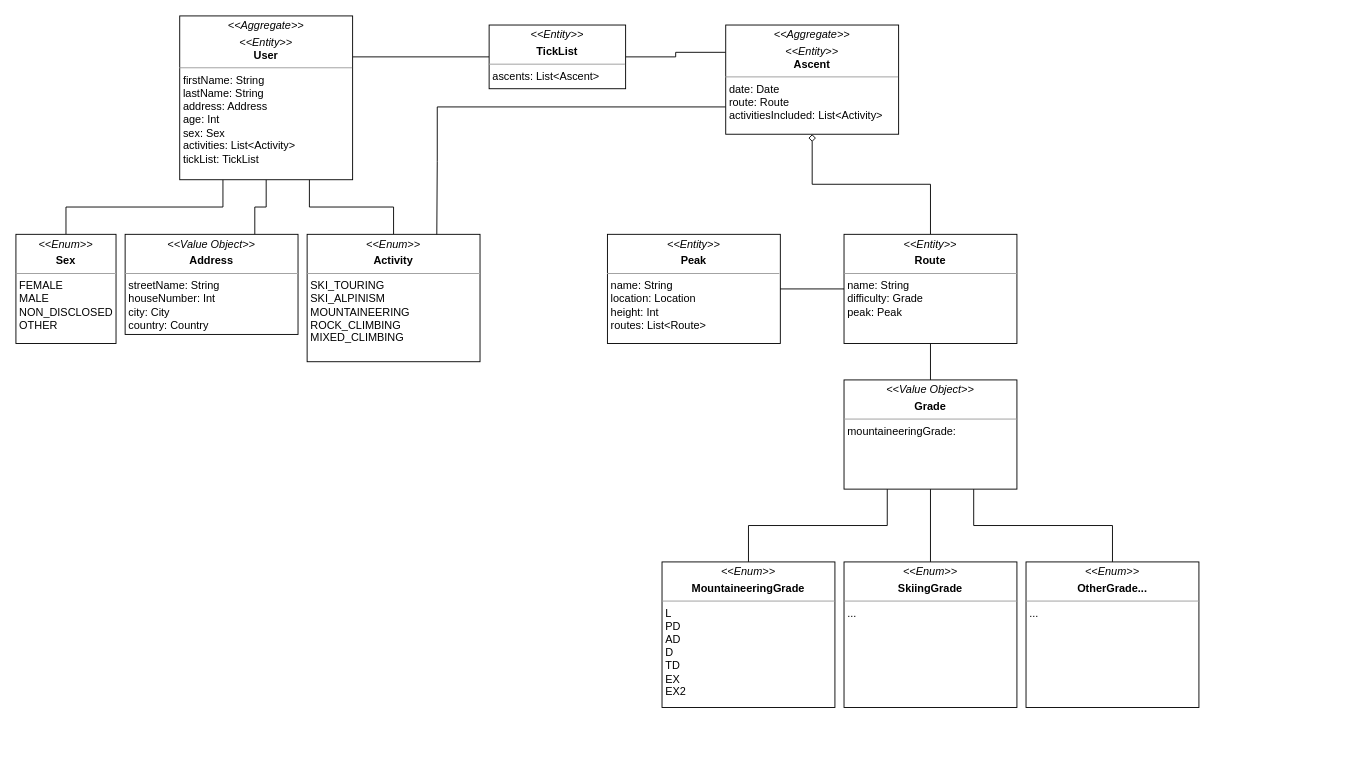
The draw.io diagram backend/core/domain_model.drawio in Ticklist/ticklist, before the edit. Source tidied: cells renumbered, new cells numbered last; positions are measured from the earlier drawing's top-left corner, leaving out a move shared by most shapes. Both pictures are drawn from the tidied source at 91%, with x=0, y=0 at pixel (15, 15).
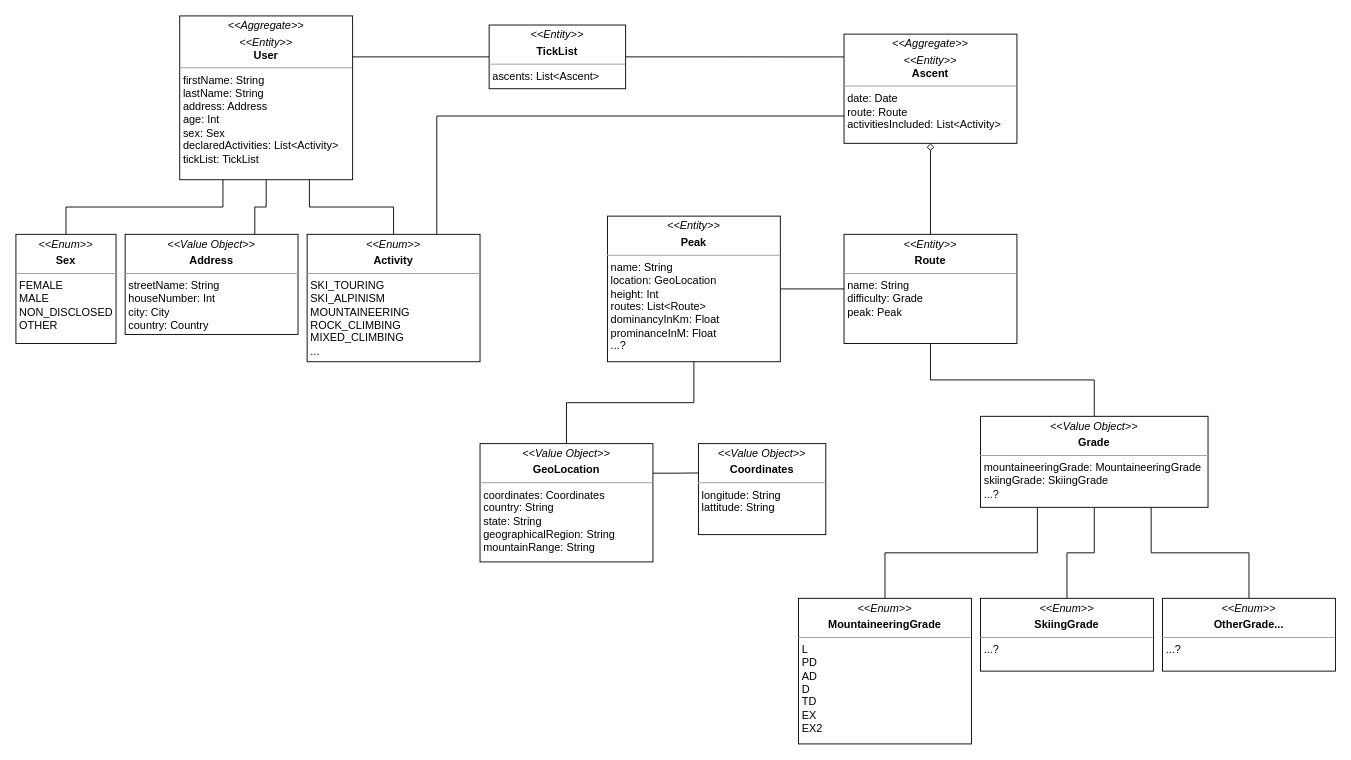
The same diagram, later.

Commit message:
worked on domain model

The change refers to these unchanged cells:
```xml
<mxCell id="11" value="&lt;p style=&quot;margin:0px;margin-top:4px;text-align:center;&quot;&gt;&lt;i style=&quot;background-color: initial;&quot;&gt;&amp;lt;&amp;lt;Entity&amp;gt;&amp;gt;&lt;/i&gt;&lt;br&gt;&lt;/p&gt;&lt;p style=&quot;margin:0px;margin-top:4px;text-align:center;&quot;&gt;&lt;b&gt;TickList&lt;/b&gt;&lt;/p&gt;&lt;hr size=&quot;1&quot;&gt;&lt;p style=&quot;margin:0px;margin-left:4px;&quot;&gt;ascents: List&amp;lt;Ascent&amp;gt;&lt;/p&gt;&lt;p style=&quot;margin:0px;margin-left:4px;&quot;&gt;&lt;br&gt;&lt;/p&gt;" style="verticalAlign=top;align=left;overflow=fill;fontSize=12;fontFamily=Helvetica;html=1;" parent="1" vertex="1">
  <mxGeometry x="520" y="10" width="150" height="70" as="geometry" />
</mxCell>
```

What changed in the source:
```diff
@@
-    <mxCell id="6" value="&lt;p style=&quot;margin:0px;margin-top:4px;text-align:center;&quot;&gt;&lt;i&gt;&amp;lt;&amp;lt;Aggregate&amp;gt;&amp;gt;&lt;/i&gt;&lt;/p&gt;&lt;p style=&quot;margin:0px;margin-top:4px;text-align:center;&quot;&gt;&lt;i&gt;&amp;lt;&amp;lt;Entity&amp;gt;&amp;gt;&lt;/i&gt;&lt;i&gt;&lt;br&gt;&lt;/i&gt;&lt;b&gt;User&lt;/b&gt;&lt;/p&gt;&lt;hr size=&quot;1&quot;&gt;&lt;p style=&quot;margin:0px;margin-left:4px;&quot;&gt;firstName: String&lt;/p&gt;&lt;p style=&quot;margin:0px;margin-left:4px;&quot;&gt;lastName: String&lt;br&gt;address: Address&lt;/p&gt;&lt;p style=&quot;margin:0px;margin-left:4px;&quot;&gt;age: Int&lt;/p&gt;&lt;p style=&quot;margin:0px;margin-left:4px;&quot;&gt;sex: Sex&lt;/p&gt;&lt;p style=&quot;margin:0px;margin-left:4px;&quot;&gt;activities: List&amp;lt;Activity&amp;gt;&lt;/p&gt;&lt;p style=&quot;margin:0px;margin-left:4px;&quot;&gt;tickList: TickList&lt;/p&gt;&lt;p style=&quot;margin:0px;margin-left:4px;&quot;&gt;&lt;br&gt;&lt;/p&gt;" style="verticalAlign=top;align=left;overflow=fill;fontSize=12;fontFamily=Helvetica;html=1;" parent="1" vertex="1">
+    <mxCell id="6" value="&lt;p style=&quot;margin:0px;margin-top:4px;text-align:center;&quot;&gt;&lt;i&gt;&amp;lt;&amp;lt;Aggregate&amp;gt;&amp;gt;&lt;/i&gt;&lt;/p&gt;&lt;p style=&quot;margin:0px;margin-top:4px;text-align:center;&quot;&gt;&lt;i&gt;&amp;lt;&amp;lt;Entity&amp;gt;&amp;gt;&lt;/i&gt;&lt;i&gt;&lt;br&gt;&lt;/i&gt;&lt;b&gt;User&lt;/b&gt;&lt;/p&gt;&lt;hr size=&quot;1&quot;&gt;&lt;p style=&quot;margin:0px;margin-left:4px;&quot;&gt;firstName: String&lt;/p&gt;&lt;p style=&quot;margin:0px;margin-left:4px;&quot;&gt;lastName: String&lt;br&gt;address: Address&lt;/p&gt;&lt;p style=&quot;margin:0px;margin-left:4px;&quot;&gt;age: Int&lt;/p&gt;&lt;p style=&quot;margin:0px;margin-left:4px;&quot;&gt;sex: Sex&lt;/p&gt;&lt;p style=&quot;margin:0px;margin-left:4px;&quot;&gt;declaredActivities: List&amp;lt;Activity&amp;gt;&lt;/p&gt;&lt;p style=&quot;margin:0px;margin-left:4px;&quot;&gt;tickList: TickList&lt;/p&gt;&lt;p style=&quot;margin:0px;margin-left:4px;&quot;&gt;&lt;br&gt;&lt;/p&gt;" style="verticalAlign=top;align=left;overflow=fill;fontSize=12;fontFamily=Helvetica;html=1;" parent="1" vertex="1">
       <mxGeometry x="180" width="190" height="180" as="geometry" />
     </mxCell>
@@
-    <mxCell id="8" value="&lt;p style=&quot;margin:0px;margin-top:4px;text-align:center;&quot;&gt;&lt;i&gt;&amp;lt;&amp;lt;Enum&amp;gt;&amp;gt;&lt;/i&gt;&lt;/p&gt;&lt;p style=&quot;margin:0px;margin-top:4px;text-align:center;&quot;&gt;&lt;b&gt;Activity&lt;/b&gt;&lt;/p&gt;&lt;hr size=&quot;1&quot;&gt;&lt;p style=&quot;margin:0px;margin-left:4px;&quot;&gt;SKI_TOURING&lt;/p&gt;&lt;p style=&quot;margin:0px;margin-left:4px;&quot;&gt;SKI_ALPINISM&lt;/p&gt;&lt;p style=&quot;margin:0px;margin-left:4px;&quot;&gt;MOUNTAINEERING&lt;/p&gt;&lt;p style=&quot;margin:0px;margin-left:4px;&quot;&gt;ROCK_CLIMBING&lt;/p&gt;&lt;p style=&quot;margin:0px;margin-left:4px;&quot;&gt;MIXED_CLIMBING&lt;/p&gt;&lt;p style=&quot;margin:0px;margin-left:4px;&quot;&gt;&lt;br&gt;&lt;/p&gt;" style="verticalAlign=top;align=left;overflow=fill;fontSize=12;fontFamily=Helvetica;html=1;" parent="1" vertex="1">
+    <mxCell id="8" value="&lt;p style=&quot;margin:0px;margin-top:4px;text-align:center;&quot;&gt;&lt;i&gt;&amp;lt;&amp;lt;Enum&amp;gt;&amp;gt;&lt;/i&gt;&lt;/p&gt;&lt;p style=&quot;margin:0px;margin-top:4px;text-align:center;&quot;&gt;&lt;b&gt;Activity&lt;/b&gt;&lt;/p&gt;&lt;hr size=&quot;1&quot;&gt;&lt;p style=&quot;margin:0px;margin-left:4px;&quot;&gt;SKI_TOURING&lt;/p&gt;&lt;p style=&quot;margin:0px;margin-left:4px;&quot;&gt;SKI_ALPINISM&lt;/p&gt;&lt;p style=&quot;margin:0px;margin-left:4px;&quot;&gt;MOUNTAINEERING&lt;/p&gt;&lt;p style=&quot;margin:0px;margin-left:4px;&quot;&gt;ROCK_CLIMBING&lt;/p&gt;&lt;p style=&quot;margin:0px;margin-left:4px;&quot;&gt;MIXED_CLIMBING&lt;/p&gt;&lt;p style=&quot;margin:0px;margin-left:4px;&quot;&gt;...&lt;/p&gt;" style="verticalAlign=top;align=left;overflow=fill;fontSize=12;fontFamily=Helvetica;html=1;" parent="1" vertex="1">
       <mxGeometry x="320" y="240" width="190" height="140" as="geometry" />
     </mxCell>
@@
-    <mxCell id="10" style="edgeStyle=orthogonalEdgeStyle;rounded=0;jettySize=auto;html=1;entryX=0;entryY=0.25;entryDx=0;entryDy=0;endArrow=none;endFill=0;" parent="1" edge="1" source="11" target="13">
+    <mxCell id="10" style="edgeStyle=orthogonalEdgeStyle;rounded=0;jettySize=auto;html=1;entryX=0.001;entryY=0.209;entryDx=0;entryDy=0;endArrow=none;endFill=0;entryPerimeter=0;" parent="1" edge="1" source="11" target="13">
       <mxGeometry relative="1" as="geometry" />
     </mxCell>
@@
-    <mxCell id="12" style="edgeStyle=orthogonalEdgeStyle;rounded=0;jettySize=auto;html=1;entryX=0.75;entryY=0;entryDx=0;entryDy=0;endArrow=none;endFill=0;exitX=0;exitY=0.75;exitDx=0;exitDy=0;" parent="1" edge="1" source="13" target="8">
+    <mxCell id="12" style="edgeStyle=orthogonalEdgeStyle;rounded=0;jettySize=auto;html=1;exitX=0;exitY=0.75;exitDx=0;exitDy=0;entryX=0.75;entryY=0;entryDx=0;entryDy=0;endArrow=none;endFill=0;" parent="1" edge="1" source="13" target="8">
       <mxGeometry relative="1" as="geometry">
         <Array as="points">
-          <mxPoint x="463" y="100" />
-          <mxPoint x="463" y="160" />
+          <mxPoint x="463" y="110" />
         </Array>
       </mxGeometry>
     </mxCell>
     <mxCell id="13" value="&lt;p style=&quot;margin:0px;margin-top:4px;text-align:center;&quot;&gt;&lt;i&gt;&amp;lt;&amp;lt;Aggregate&amp;gt;&amp;gt;&lt;/i&gt;&lt;/p&gt;&lt;p style=&quot;margin:0px;margin-top:4px;text-align:center;&quot;&gt;&lt;i&gt;&amp;lt;&amp;lt;Entity&amp;gt;&amp;gt;&lt;/i&gt;&lt;i&gt;&lt;br&gt;&lt;/i&gt;&lt;b&gt;Ascent&lt;/b&gt;&lt;/p&gt;&lt;hr size=&quot;1&quot;&gt;&lt;p style=&quot;margin:0px;margin-left:4px;&quot;&gt;date: Date&lt;/p&gt;&lt;p style=&quot;margin:0px;margin-left:4px;&quot;&gt;route: Route&lt;/p&gt;&lt;p style=&quot;margin:0px;margin-left:4px;&quot;&gt;activitiesIncluded: List&amp;lt;Activity&amp;gt;&lt;/p&gt;&lt;p style=&quot;margin:0px;margin-left:4px;&quot;&gt;&lt;br&gt;&lt;/p&gt;" style="verticalAlign=top;align=left;overflow=fill;fontSize=12;fontFamily=Helvetica;html=1;" parent="1" vertex="1">
-      <mxGeometry x="780" y="10" width="190" height="120" as="geometry" />
+      <mxGeometry x="910" y="20" width="190" height="120" as="geometry" />
     </mxCell>
-    <mxCell id="14" value="&lt;p style=&quot;margin:0px;margin-top:4px;text-align:center;&quot;&gt;&lt;i style=&quot;background-color: initial;&quot;&gt;&amp;lt;&amp;lt;Entity&amp;gt;&amp;gt;&lt;/i&gt;&lt;br&gt;&lt;/p&gt;&lt;p style=&quot;margin:0px;margin-top:4px;text-align:center;&quot;&gt;&lt;b&gt;Peak&lt;/b&gt;&lt;/p&gt;&lt;hr size=&quot;1&quot;&gt;&lt;p style=&quot;margin:0px;margin-left:4px;&quot;&gt;name: String&lt;/p&gt;&lt;p style=&quot;margin:0px;margin-left:4px;&quot;&gt;location: Location&lt;/p&gt;&lt;p style=&quot;margin:0px;margin-left:4px;&quot;&gt;height: Int&lt;/p&gt;&lt;p style=&quot;margin:0px;margin-left:4px;&quot;&gt;routes: List&amp;lt;Route&amp;gt;&lt;/p&gt;&lt;p style=&quot;margin:0px;margin-left:4px;&quot;&gt;&lt;br&gt;&lt;/p&gt;" style="verticalAlign=top;align=left;overflow=fill;fontSize=12;fontFamily=Helvetica;html=1;" parent="1" vertex="1">
-      <mxGeometry x="650" y="240" width="190" height="120" as="geometry" />
+    <mxCell id="14" value="&lt;p style=&quot;margin:0px;margin-top:4px;text-align:center;&quot;&gt;&lt;i style=&quot;background-color: initial;&quot;&gt;&amp;lt;&amp;lt;Entity&amp;gt;&amp;gt;&lt;/i&gt;&lt;br&gt;&lt;/p&gt;&lt;p style=&quot;margin:0px;margin-top:4px;text-align:center;&quot;&gt;&lt;b&gt;Peak&lt;/b&gt;&lt;/p&gt;&lt;hr size=&quot;1&quot;&gt;&lt;p style=&quot;margin:0px;margin-left:4px;&quot;&gt;name: String&lt;/p&gt;&lt;p style=&quot;margin:0px;margin-left:4px;&quot;&gt;location: GeoLocation&lt;/p&gt;&lt;p style=&quot;margin:0px;margin-left:4px;&quot;&gt;height: Int&lt;/p&gt;&lt;p style=&quot;margin:0px;margin-left:4px;&quot;&gt;routes: List&amp;lt;Route&amp;gt;&lt;/p&gt;&lt;p style=&quot;margin:0px;margin-left:4px;&quot;&gt;dominancyInKm: Float&lt;/p&gt;&lt;p style=&quot;margin:0px;margin-left:4px;&quot;&gt;prominanceInM: Float&lt;/p&gt;&lt;p style=&quot;margin:0px;margin-left:4px;&quot;&gt;...?&lt;/p&gt;&lt;p style=&quot;margin:0px;margin-left:4px;&quot;&gt;&amp;nbsp;&lt;/p&gt;&lt;p style=&quot;margin:0px;margin-left:4px;&quot;&gt;&lt;br&gt;&lt;/p&gt;" style="verticalAlign=top;align=left;overflow=fill;fontSize=12;fontFamily=Helvetica;html=1;" parent="1" vertex="1">
+      <mxGeometry x="650" y="220" width="190" height="160" as="geometry" />
     </mxCell>
@@
-    <mxCell id="18" value="&lt;p style=&quot;margin:0px;margin-top:4px;text-align:center;&quot;&gt;&lt;i style=&quot;background-color: initial;&quot;&gt;&amp;lt;&amp;lt;Entity&amp;gt;&amp;gt;&lt;/i&gt;&lt;br&gt;&lt;/p&gt;&lt;p style=&quot;margin:0px;margin-top:4px;text-align:center;&quot;&gt;&lt;b&gt;Route&lt;/b&gt;&lt;/p&gt;&lt;hr size=&quot;1&quot;&gt;&lt;p style=&quot;margin:0px;margin-left:4px;&quot;&gt;name: String&lt;/p&gt;&lt;p style=&quot;margin:0px;margin-left:4px;&quot;&gt;difficulty: Grade&lt;/p&gt;&lt;p style=&quot;margin:0px;margin-left:4px;&quot;&gt;peak: Peak&lt;/p&gt;&lt;p style=&quot;margin:0px;margin-left:4px;&quot;&gt;&lt;br&gt;&lt;/p&gt;" style="verticalAlign=top;align=left;overflow=fill;fontSize=12;fontFamily=Helvetica;html=1;" parent="1" vertex="1">
+    <mxCell id="18" value="&lt;p style=&quot;margin:0px;margin-top:4px;text-align:center;&quot;&gt;&lt;i style=&quot;background-color: initial;&quot;&gt;&amp;lt;&amp;lt;Entity&amp;gt;&amp;gt;&lt;/i&gt;&lt;br&gt;&lt;/p&gt;&lt;p style=&quot;margin:0px;margin-top:4px;text-align:center;&quot;&gt;&lt;b&gt;Route&lt;/b&gt;&lt;/p&gt;&lt;hr size=&quot;1&quot;&gt;&lt;p style=&quot;margin:0px;margin-left:4px;&quot;&gt;name: String&lt;/p&gt;&lt;p style=&quot;margin:0px;margin-left:4px;&quot;&gt;difficulty: Grade&lt;/p&gt;&lt;p style=&quot;margin:0px;margin-left:4px;&quot;&gt;peak: Peak&lt;/p&gt;&lt;p style=&quot;margin:0px;margin-left:4px;&quot;&gt;&lt;br&gt;&lt;/p&gt;&lt;p style=&quot;margin:0px;margin-left:4px;&quot;&gt;&lt;br&gt;&lt;/p&gt;" style="verticalAlign=top;align=left;overflow=fill;fontSize=12;fontFamily=Helvetica;html=1;" parent="1" vertex="1">
       <mxGeometry x="910" y="240" width="190" height="120" as="geometry" />
     </mxCell>
@@
-    <mxCell id="22" value="&lt;p style=&quot;margin:0px;margin-top:4px;text-align:center;&quot;&gt;&lt;i style=&quot;background-color: initial;&quot;&gt;&amp;lt;&amp;lt;Value Object&amp;gt;&amp;gt;&lt;/i&gt;&lt;br&gt;&lt;/p&gt;&lt;p style=&quot;margin:0px;margin-top:4px;text-align:center;&quot;&gt;&lt;b&gt;Grade&lt;/b&gt;&lt;/p&gt;&lt;hr size=&quot;1&quot;&gt;&lt;p style=&quot;margin:0px;margin-left:4px;&quot;&gt;mountaineeringGrade:&amp;nbsp;&lt;/p&gt;&lt;p style=&quot;margin:0px;margin-left:4px;&quot;&gt;&lt;br&gt;&lt;/p&gt;" style="verticalAlign=top;align=left;overflow=fill;fontSize=12;fontFamily=Helvetica;html=1;" parent="1" vertex="1">
-      <mxGeometry x="910" y="400" width="190" height="120" as="geometry" />
+    <mxCell id="22" value="&lt;p style=&quot;margin:0px;margin-top:4px;text-align:center;&quot;&gt;&lt;i style=&quot;background-color: initial;&quot;&gt;&amp;lt;&amp;lt;Value Object&amp;gt;&amp;gt;&lt;/i&gt;&lt;br&gt;&lt;/p&gt;&lt;p style=&quot;margin:0px;margin-top:4px;text-align:center;&quot;&gt;&lt;b&gt;Grade&lt;/b&gt;&lt;/p&gt;&lt;hr size=&quot;1&quot;&gt;&lt;p style=&quot;margin:0px;margin-left:4px;&quot;&gt;mountaineeringGrade: MountaineeringGrade&lt;/p&gt;&lt;p style=&quot;margin:0px;margin-left:4px;&quot;&gt;skiingGrade: SkiingGrade&lt;/p&gt;&lt;p style=&quot;margin:0px;margin-left:4px;&quot;&gt;...?&lt;/p&gt;&lt;p style=&quot;margin:0px;margin-left:4px;&quot;&gt;&lt;br&gt;&lt;/p&gt;" style="verticalAlign=top;align=left;overflow=fill;fontSize=12;fontFamily=Helvetica;html=1;" parent="1" vertex="1">
+      <mxGeometry x="1060" y="440" width="250" height="100" as="geometry" />
     </mxCell>
     <mxCell id="23" value="&lt;p style=&quot;margin:0px;margin-top:4px;text-align:center;&quot;&gt;&lt;i style=&quot;background-color: initial;&quot;&gt;&amp;lt;&amp;lt;Enum&amp;gt;&amp;gt;&lt;/i&gt;&lt;br&gt;&lt;/p&gt;&lt;p style=&quot;margin:0px;margin-top:4px;text-align:center;&quot;&gt;&lt;b&gt;MountaineeringGrade&lt;/b&gt;&lt;/p&gt;&lt;hr size=&quot;1&quot;&gt;&lt;p style=&quot;margin:0px;margin-left:4px;&quot;&gt;L&lt;/p&gt;&lt;p style=&quot;margin:0px;margin-left:4px;&quot;&gt;PD&lt;/p&gt;&lt;p style=&quot;margin:0px;margin-left:4px;&quot;&gt;AD&lt;/p&gt;&lt;p style=&quot;margin:0px;margin-left:4px;&quot;&gt;D&lt;/p&gt;&lt;p style=&quot;margin:0px;margin-left:4px;&quot;&gt;TD&lt;/p&gt;&lt;p style=&quot;margin:0px;margin-left:4px;&quot;&gt;EX&lt;/p&gt;&lt;p style=&quot;margin:0px;margin-left:4px;&quot;&gt;EX2&lt;/p&gt;&lt;p style=&quot;margin:0px;margin-left:4px;&quot;&gt;&lt;br&gt;&lt;/p&gt;" style="verticalAlign=top;align=left;overflow=fill;fontSize=12;fontFamily=Helvetica;html=1;" parent="1" vertex="1">
-      <mxGeometry x="710" y="600" width="190" height="160" as="geometry" />
+      <mxGeometry x="860" y="640" width="190" height="160" as="geometry" />
     </mxCell>
-    <mxCell id="24" value="&lt;p style=&quot;margin:0px;margin-top:4px;text-align:center;&quot;&gt;&lt;i style=&quot;background-color: initial;&quot;&gt;&amp;lt;&amp;lt;Enum&amp;gt;&amp;gt;&lt;/i&gt;&lt;br&gt;&lt;/p&gt;&lt;p style=&quot;margin:0px;margin-top:4px;text-align:center;&quot;&gt;&lt;b&gt;SkiingGrade&lt;/b&gt;&lt;/p&gt;&lt;hr size=&quot;1&quot;&gt;&lt;p style=&quot;margin:0px;margin-left:4px;&quot;&gt;...&lt;/p&gt;&lt;p style=&quot;margin:0px;margin-left:4px;&quot;&gt;&lt;br&gt;&lt;/p&gt;" style="verticalAlign=top;align=left;overflow=fill;fontSize=12;fontFamily=Helvetica;html=1;" parent="1" vertex="1">
-      <mxGeometry x="910" y="600" width="190" height="160" as="geometry" />
+    <mxCell id="24" value="&lt;p style=&quot;margin:0px;margin-top:4px;text-align:center;&quot;&gt;&lt;i style=&quot;background-color: initial;&quot;&gt;&amp;lt;&amp;lt;Enum&amp;gt;&amp;gt;&lt;/i&gt;&lt;br&gt;&lt;/p&gt;&lt;p style=&quot;margin:0px;margin-top:4px;text-align:center;&quot;&gt;&lt;b&gt;SkiingGrade&lt;/b&gt;&lt;/p&gt;&lt;hr size=&quot;1&quot;&gt;&lt;p style=&quot;margin:0px;margin-left:4px;&quot;&gt;...?&lt;/p&gt;&lt;p style=&quot;margin:0px;margin-left:4px;&quot;&gt;&lt;br&gt;&lt;/p&gt;" style="verticalAlign=top;align=left;overflow=fill;fontSize=12;fontFamily=Helvetica;html=1;" parent="1" vertex="1">
+      <mxGeometry x="1060" y="640" width="190" height="80" as="geometry" />
     </mxCell>
-    <mxCell id="25" value="&lt;p style=&quot;margin:0px;margin-top:4px;text-align:center;&quot;&gt;&lt;i style=&quot;background-color: initial;&quot;&gt;&amp;lt;&amp;lt;Enum&amp;gt;&amp;gt;&lt;/i&gt;&lt;br&gt;&lt;/p&gt;&lt;p style=&quot;margin:0px;margin-top:4px;text-align:center;&quot;&gt;&lt;b&gt;OtherGrade...&lt;/b&gt;&lt;/p&gt;&lt;hr size=&quot;1&quot;&gt;&lt;p style=&quot;margin:0px;margin-left:4px;&quot;&gt;...&lt;/p&gt;&lt;p style=&quot;margin:0px;margin-left:4px;&quot;&gt;&lt;br&gt;&lt;/p&gt;" style="verticalAlign=top;align=left;overflow=fill;fontSize=12;fontFamily=Helvetica;html=1;" parent="1" vertex="1">
-      <mxGeometry x="1110" y="600" width="190" height="160" as="geometry" />
+    <mxCell id="25" value="&lt;p style=&quot;margin:0px;margin-top:4px;text-align:center;&quot;&gt;&lt;i style=&quot;background-color: initial;&quot;&gt;&amp;lt;&amp;lt;Enum&amp;gt;&amp;gt;&lt;/i&gt;&lt;br&gt;&lt;/p&gt;&lt;p style=&quot;margin:0px;margin-top:4px;text-align:center;&quot;&gt;&lt;b&gt;OtherGrade...&lt;/b&gt;&lt;/p&gt;&lt;hr size=&quot;1&quot;&gt;&lt;p style=&quot;margin:0px;margin-left:4px;&quot;&gt;...?&lt;/p&gt;&lt;p style=&quot;margin:0px;margin-left:4px;&quot;&gt;&lt;br&gt;&lt;/p&gt;" style="verticalAlign=top;align=left;overflow=fill;fontSize=12;fontFamily=Helvetica;html=1;" parent="1" vertex="1">
+      <mxGeometry x="1260" y="640" width="190" height="80" as="geometry" />
     </mxCell>
+    <mxCell id="26" style="edgeStyle=orthogonalEdgeStyle;rounded=0;jettySize=auto;html=1;entryX=0.5;entryY=1;entryDx=0;entryDy=0;endArrow=none;endFill=0;" parent="1" edge="1" source="28" target="14">
+      <mxGeometry relative="1" as="geometry" />
+    </mxCell>
+    <mxCell id="27" style="edgeStyle=orthogonalEdgeStyle;rounded=0;jettySize=auto;html=1;exitX=1;exitY=0.25;exitDx=0;exitDy=0;entryX=0.023;entryY=0.322;entryDx=0;entryDy=0;entryPerimeter=0;endArrow=none;endFill=0;" parent="1" edge="1" source="28" target="29">
+      <mxGeometry relative="1" as="geometry" />
+    </mxCell>
+    <mxCell id="28" value="&lt;p style=&quot;margin:0px;margin-top:4px;text-align:center;&quot;&gt;&lt;i style=&quot;background-color: initial;&quot;&gt;&amp;lt;&amp;lt;Value Object&amp;gt;&amp;gt;&lt;/i&gt;&lt;br&gt;&lt;/p&gt;&lt;p style=&quot;margin:0px;margin-top:4px;text-align:center;&quot;&gt;&lt;b&gt;GeoLocation&lt;/b&gt;&lt;/p&gt;&lt;hr size=&quot;1&quot;&gt;&lt;p style=&quot;margin:0px;margin-left:4px;&quot;&gt;coordinates: Coordinates&lt;/p&gt;&lt;p style=&quot;margin:0px;margin-left:4px;&quot;&gt;country: String&lt;/p&gt;&lt;p style=&quot;margin:0px;margin-left:4px;&quot;&gt;state: String&lt;/p&gt;&lt;p style=&quot;margin:0px;margin-left:4px;&quot;&gt;geographicalRegion: String&lt;/p&gt;&lt;p style=&quot;margin:0px;margin-left:4px;&quot;&gt;mountainRange: String&lt;/p&gt;" style="verticalAlign=top;align=left;overflow=fill;fontSize=12;fontFamily=Helvetica;html=1;" parent="1" vertex="1">
+      <mxGeometry x="510" y="470" width="190" height="130" as="geometry" />
+    </mxCell>
+    <mxCell id="29" value="&lt;p style=&quot;margin:0px;margin-top:4px;text-align:center;&quot;&gt;&lt;i style=&quot;background-color: initial;&quot;&gt;&amp;lt;&amp;lt;Value Object&amp;gt;&amp;gt;&lt;/i&gt;&lt;br&gt;&lt;/p&gt;&lt;p style=&quot;margin:0px;margin-top:4px;text-align:center;&quot;&gt;&lt;b&gt;Coordinates&lt;/b&gt;&lt;/p&gt;&lt;hr size=&quot;1&quot;&gt;&lt;p style=&quot;margin:0px;margin-left:4px;&quot;&gt;longitude: String&lt;/p&gt;&lt;p style=&quot;margin:0px;margin-left:4px;&quot;&gt;lattitude: String&lt;/p&gt;&lt;p style=&quot;margin:0px;margin-left:4px;&quot;&gt;&lt;br&gt;&lt;/p&gt;" style="verticalAlign=top;align=left;overflow=fill;fontSize=12;fontFamily=Helvetica;html=1;" parent="1" vertex="1">
+      <mxGeometry x="750" y="470" width="140" height="100" as="geometry" />
+    </mxCell>
```
